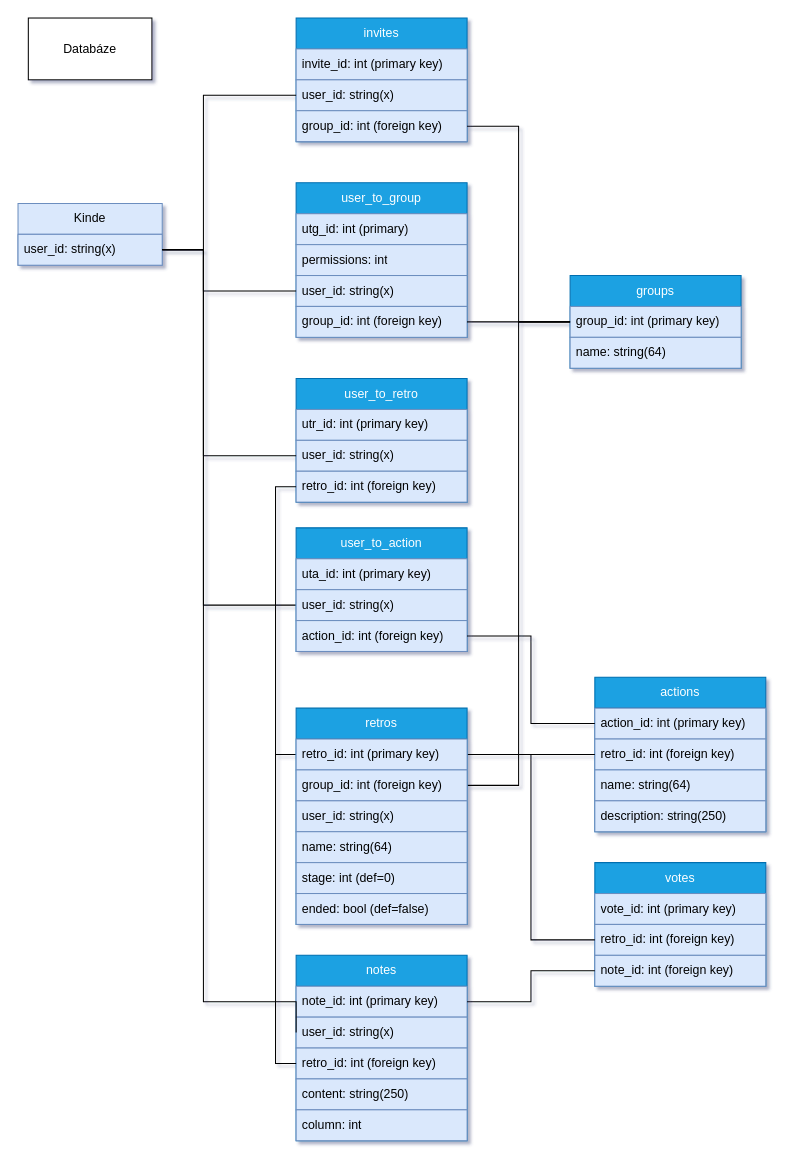
Before: backend/app/database/schemes/Praeterium.drawio in ProjNull/Praeteritum, a draw.io diagram. Source tidied: cells renumbered, new cells numbered last; positions are measured from the earlier drawing's top-left corner, leaving out a move shared by most shapes. Both pictures are drawn from the tidied source at 103%, with x=0, y=0 at pixel (18, 18).
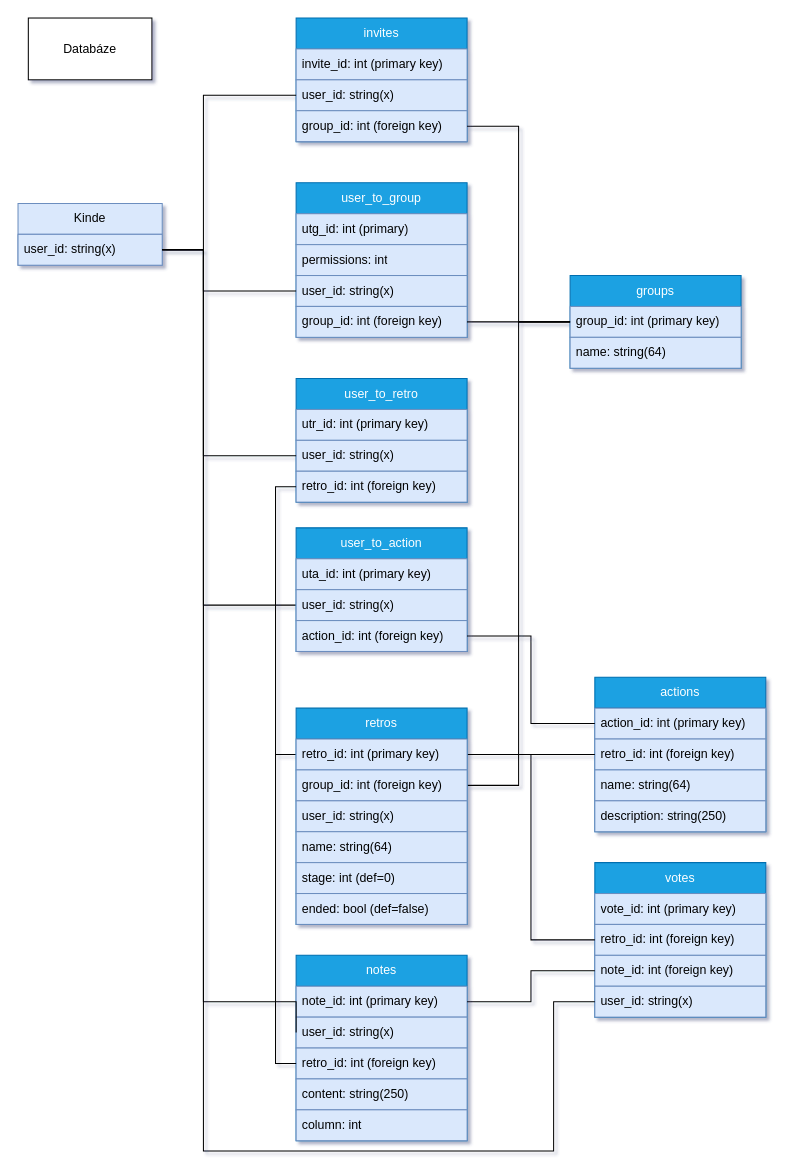
The same diagram, later.

Unchanged cells that the change refers to:
```xml
<mxCell id="28" value="&lt;span style=&quot;text-align: center;&quot;&gt;user_id: string(x)&lt;/span&gt;" style="text;strokeColor=#6c8ebf;fillColor=#dae8fc;align=left;verticalAlign=middle;spacingLeft=4;spacingRight=4;overflow=hidden;points=[[0,0.5],[1,0.5]];portConstraint=eastwest;whiteSpace=wrap;html=1;" parent="27" vertex="1">
  <mxGeometry y="30" width="140" height="30" as="geometry" />
</mxCell>
```

What changed in the source:
```diff
@@
     <mxCell id="36" value="votes" style="swimlane;fontStyle=0;horizontal=1;startSize=30;whiteSpace=wrap;html=1;fillColor=#1ba1e2;fontColor=#ffffff;strokeColor=#006EAF;" parent="1" vertex="1">
-      <mxGeometry x="560" y="820" width="166" height="120" as="geometry" />
+      <mxGeometry x="560" y="820" width="166" height="150" as="geometry" />
     </mxCell>
@@
+    <mxCell id="61" value="user_id: string(x)" style="text;strokeColor=#6c8ebf;fillColor=#dae8fc;align=left;verticalAlign=middle;spacingLeft=4;spacingRight=4;overflow=hidden;points=[[0,0.5],[1,0.5]];portConstraint=eastwest;whiteSpace=wrap;html=1;" parent="36" vertex="1">
+      <mxGeometry y="120" width="166" height="30" as="geometry" />
+    </mxCell>
@@
+    <mxCell id="62" style="edgeStyle=orthogonalEdgeStyle;rounded=0;jettySize=auto;html=1;entryX=1;entryY=0.5;entryDx=0;entryDy=0;startArrow=none;startFill=0;endArrow=none;endFill=0;exitX=0;exitY=0.5;exitDx=0;exitDy=0;" parent="1" edge="1" source="61" target="28">
+      <mxGeometry relative="1" as="geometry">
+        <Array as="points">
+          <mxPoint x="520" y="955" />
+          <mxPoint x="520" y="1100" />
+          <mxPoint x="180" y="1100" />
+          <mxPoint x="180" y="225" />
+        </Array>
+      </mxGeometry>
+    </mxCell>
```
